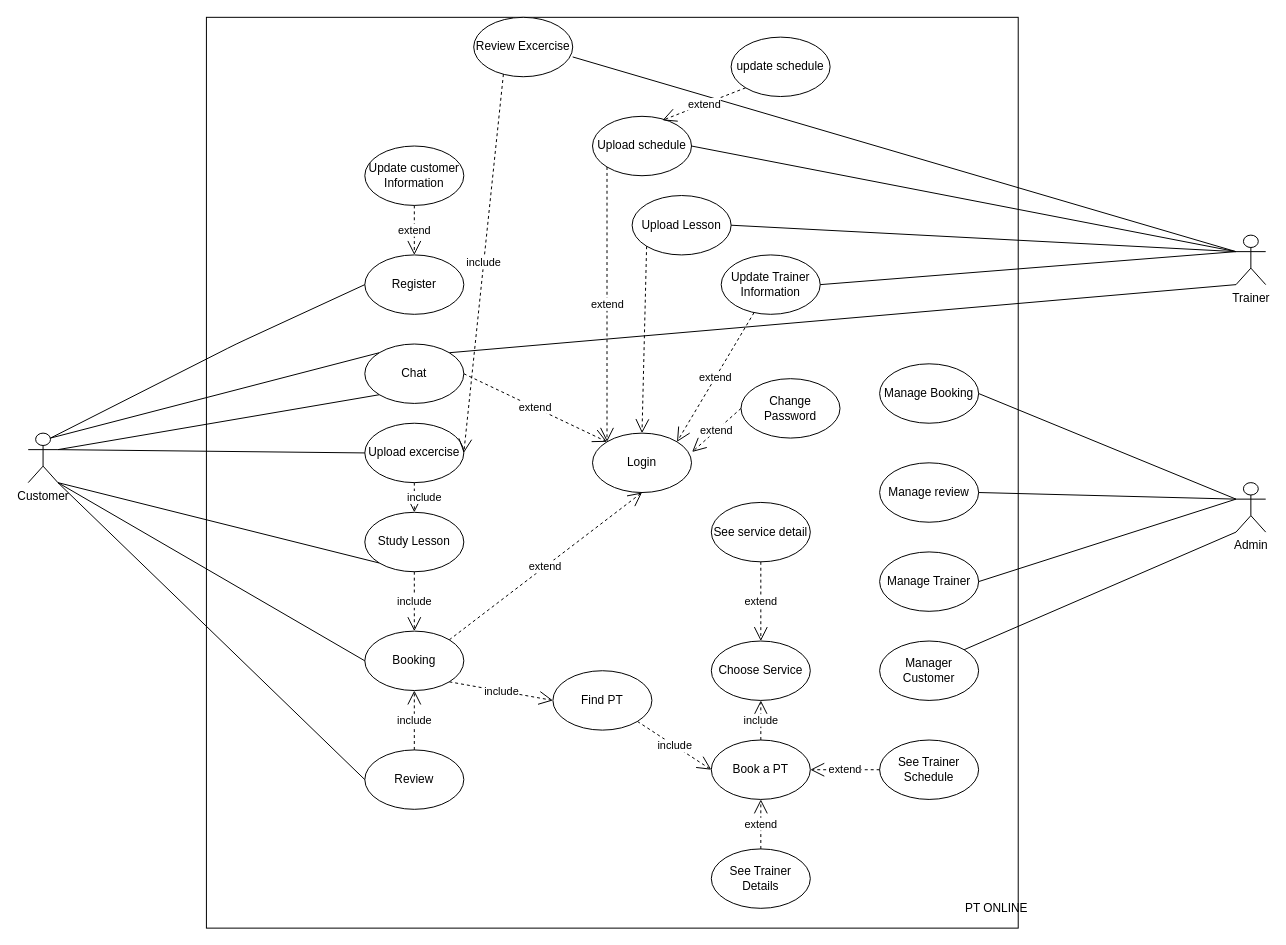
This is Untitled Diagram.drawio from caoquy2000/DBI, a draw.io file, before an edit. Source tidied: cells renumbered, new cells numbered last; positions are measured from the earlier drawing's top-left corner, leaving out a move shared by most shapes. Both pictures are drawn from the tidied source at 99%, with x=0, y=0 at pixel (28, 17).
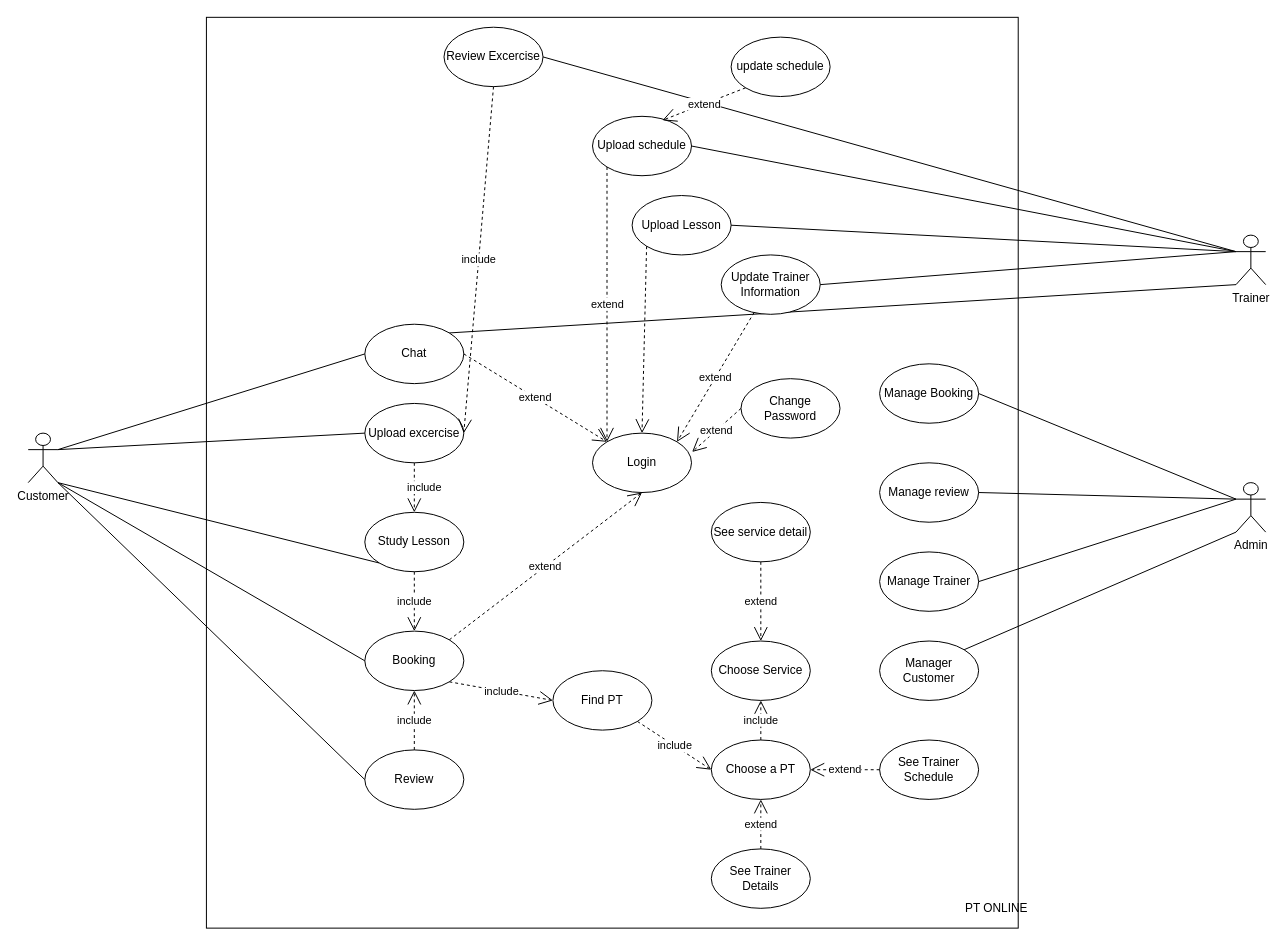
The same diagram, later.

Commit message:
Cập nhật Untitled Diagram.drawio

The change refers to these unchanged cells:
```xml
<mxCell id="3" value="Customer" style="shape=umlActor;verticalLabelPosition=bottom;verticalAlign=top;html=1;labelPosition=center;align=center;" parent="1" vertex="1">
  <mxGeometry y="420" width="30" height="50" as="geometry" />
</mxCell>
<mxCell id="6" value="Trainer" style="shape=umlActor;verticalLabelPosition=bottom;verticalAlign=top;html=1;labelPosition=center;align=center;" parent="1" vertex="1">
  <mxGeometry x="1220" y="220" width="30" height="50" as="geometry" />
</mxCell>
```

Change to the diagram source:
```diff
@@
     <mxCell id="4" value="Chat" style="ellipse;whiteSpace=wrap;html=1;" parent="1" vertex="1">
-      <mxGeometry x="340" y="330" width="100" height="60" as="geometry" />
+      <mxGeometry x="340" y="310" width="100" height="60" as="geometry" />
     </mxCell>
-    <mxCell id="5" value="Register" style="ellipse;whiteSpace=wrap;html=1;" parent="1" vertex="1">
-      <mxGeometry x="340" y="240" width="100" height="60" as="geometry" />
-    </mxCell>
@@
-    <mxCell id="12" value="Book a PT" style="ellipse;whiteSpace=wrap;html=1;" parent="1" vertex="1">
+    <mxCell id="12" value="Choose a PT" style="ellipse;whiteSpace=wrap;html=1;" parent="1" vertex="1">
       <mxGeometry x="690" y="730" width="100" height="60" as="geometry" />
     </mxCell>
@@
-    <mxCell id="18" style="endArrow=none;endSize=12;html=1;exitX=0.75;exitY=0.1;exitDx=0;exitDy=0;exitPerimeter=0;entryX=0;entryY=0.5;entryDx=0;entryDy=0;endFill=0;" parent="1" edge="1" source="3" target="5">
-      <mxGeometry relative="1" as="geometry">
-        <Array as="points">
-          <mxPoint x="210" y="330" />
-        </Array>
-      </mxGeometry>
-    </mxCell>
-    <mxCell id="19" style="endArrow=none;endSize=12;html=1;exitX=1;exitY=0.3333333333333333;exitDx=0;exitDy=0;exitPerimeter=0;entryX=0;entryY=1;entryDx=0;entryDy=0;endFill=0;" parent="1" edge="1" source="3" target="4">
+    <mxCell id="19" style="endArrow=none;endSize=12;html=1;exitX=1;exitY=0.3333333333333333;exitDx=0;exitDy=0;exitPerimeter=0;entryX=0;entryY=0.5;entryDx=0;entryDy=0;endFill=0;" parent="1" edge="1" source="3" target="4">
       <mxGeometry relative="1" as="geometry" />
     </mxCell>
@@
-    <mxCell id="29" style="endArrow=none;endSize=12;html=1;exitX=0.75;exitY=0.1;exitDx=0;exitDy=0;exitPerimeter=0;entryX=0;entryY=0;entryDx=0;entryDy=0;endFill=0;" parent="1" edge="1" source="3" target="4">
-      <mxGeometry x="0.09" y="1" relative="1" as="geometry">
-        <mxPoint y="1" as="offset" />
-      </mxGeometry>
-    </mxCell>
@@
-    <mxCell id="33" value="Update customer Information" style="ellipse;whiteSpace=wrap;html=1;" parent="1" vertex="1">
-      <mxGeometry x="340" y="130" width="100" height="60" as="geometry" />
-    </mxCell>
-    <mxCell id="34" value="extend" style="endArrow=open;endSize=12;dashed=1;html=1;exitX=0.5;exitY=1;exitDx=0;exitDy=0;entryX=0.5;entryY=0;entryDx=0;entryDy=0;" parent="1" edge="1" source="33" target="5">
-      <mxGeometry relative="1" as="geometry">
-        <Array as="points">
-          <mxPoint x="390" y="210" />
-        </Array>
-      </mxGeometry>
-    </mxCell>
@@
     <mxCell id="54" value="Upload excercise" style="ellipse;whiteSpace=wrap;html=1;" parent="1" vertex="1">
-      <mxGeometry x="340" y="410" width="100" height="60" as="geometry" />
+      <mxGeometry x="340" y="390" width="100" height="60" as="geometry" />
     </mxCell>
@@
     <mxCell id="57" value="Review Excercise" style="ellipse;whiteSpace=wrap;html=1;" parent="1" vertex="1">
-      <mxGeometry x="450" width="100" height="60" as="geometry" />
+      <mxGeometry x="420" y="10" width="100" height="60" as="geometry" />
     </mxCell>
-    <mxCell id="58" style="endArrow=none;endSize=12;html=1;exitX=0;exitY=0.3333333333333333;exitDx=0;exitDy=0;exitPerimeter=0;entryX=1;entryY=0.5;entryDx=0;entryDy=0;endFill=0;" parent="1" edge="1" source="6">
-      <mxGeometry relative="1" as="geometry">
-        <mxPoint x="550" y="40" as="targetPoint" />
-      </mxGeometry>
+    <mxCell id="58" style="endArrow=none;endSize=12;html=1;exitX=0;exitY=0.3333333333333333;exitDx=0;exitDy=0;exitPerimeter=0;entryX=1;entryY=0.5;entryDx=0;entryDy=0;endFill=0;" parent="1" edge="1" source="6" target="57">
+      <mxGeometry relative="1" as="geometry" />
     </mxCell>
-    <mxCell id="59" value="include" style="endArrow=open;endSize=12;dashed=1;html=1;exitX=0;exitY=1;exitDx=0;exitDy=0;entryX=1;entryY=0.5;entryDx=0;entryDy=0;" parent="1" edge="1" target="54">
-      <mxGeometry relative="1" as="geometry">
-        <mxPoint x="480" y="57.4" as="sourcePoint" />
-      </mxGeometry>
+    <mxCell id="59" value="include" style="endArrow=open;endSize=12;dashed=1;html=1;exitX=0.5;exitY=1;exitDx=0;exitDy=0;entryX=1;entryY=0.5;entryDx=0;entryDy=0;" parent="1" edge="1" source="57" target="54">
+      <mxGeometry relative="1" as="geometry" />
     </mxCell>
```
